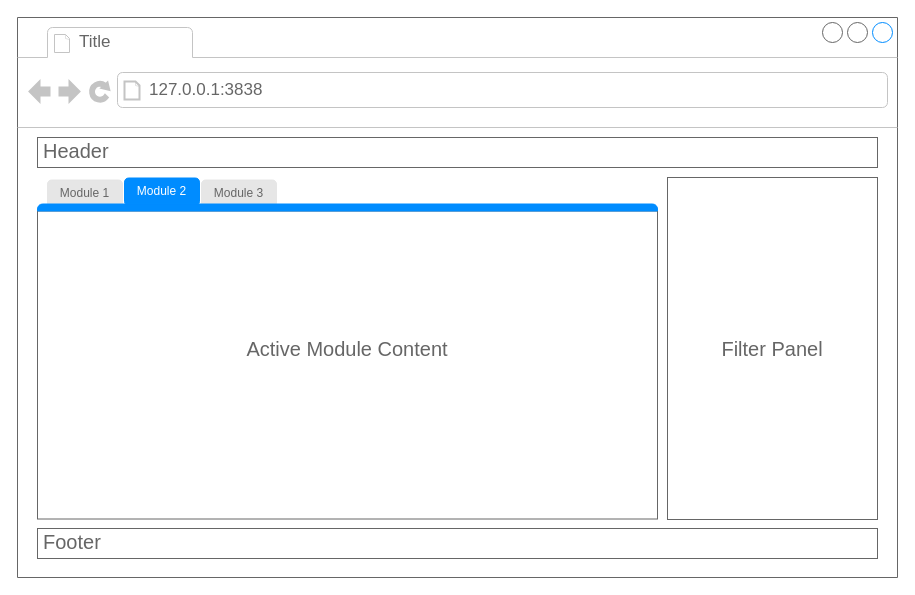
Earlier version of the draw.io diagram inst/design/teal-app-components.drawio (insightsengineering/teal). Source tidied: cells renumbered, new cells numbered last; positions are measured from the earlier drawing's top-left corner, leaving out a move shared by most shapes. Both pictures are drawn from the tidied source at 100%, with x=0, y=0 at pixel (17, 17).
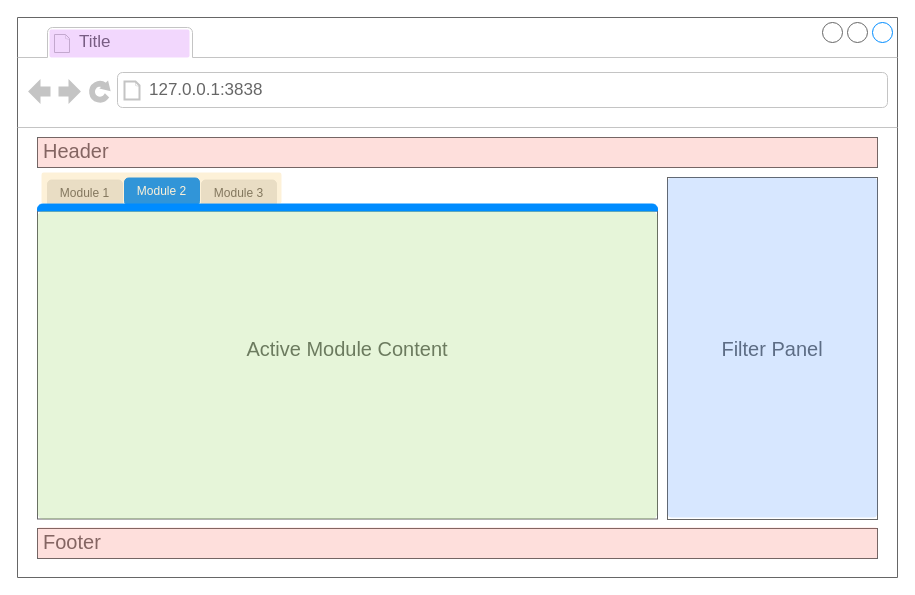
The same diagram, later.

Commit message (it also covers changes not shown here):
docs: add the element colors in the diagram and topic headers

Diff of the diagram source:
```diff
@@
 <mxGraphModel>
   <root>
     <mxCell id="0" />
     <mxCell id="1" parent="0" />
     <mxCell id="2" style="strokeWidth=1;shadow=0;dashed=0;align=center;html=1;shape=mxgraph.mockup.containers.browserWindow;rSize=0;strokeColor=#666666;strokeColor2=#008cff;strokeColor3=#c4c4c4;mainText=,;" parent="1" vertex="1">
       <mxGeometry width="880" height="560" as="geometry" />
     </mxCell>
     <mxCell id="3" value="Title" style="strokeWidth=1;shadow=0;dashed=0;align=center;html=1;shape=mxgraph.mockup.containers.anchor;fontSize=17;fontColor=#666666;align=left;whiteSpace=wrap;" parent="1" vertex="1">
       <mxGeometry x="60" y="12" width="110" height="26" as="geometry" />
     </mxCell>
     <mxCell id="4" value="127.0.0.1:3838" style="strokeWidth=1;shadow=0;dashed=0;align=center;html=1;shape=mxgraph.mockup.containers.anchor;rSize=0;fontSize=17;fontColor=#666666;align=left;" parent="1" vertex="1">
       <mxGeometry x="130" y="60" width="250" height="26" as="geometry" />
     </mxCell>
     <mxCell id="5" value="&lt;font style=&quot;font-size: 20px;&quot;&gt;Header&lt;/font&gt;" style="strokeWidth=1;shadow=0;dashed=0;align=center;html=1;shape=mxgraph.mockup.text.textBox;fontColor=#666666;align=left;fontSize=17;spacingLeft=4;spacingTop=-3;whiteSpace=wrap;strokeColor=#666666;mainText=;" parent="1" vertex="1">
       <mxGeometry x="20" y="120" width="840" height="30" as="geometry" />
     </mxCell>
     <mxCell id="6" value="&lt;font style=&quot;font-size: 20px;&quot;&gt;Footer&lt;/font&gt;" style="strokeWidth=1;shadow=0;dashed=0;align=center;html=1;shape=mxgraph.mockup.text.textBox;fontColor=#666666;align=left;fontSize=17;spacingLeft=4;spacingTop=-3;whiteSpace=wrap;strokeColor=#666666;mainText=;" parent="1" vertex="1">
       <mxGeometry x="20" y="511" width="840" height="30" as="geometry" />
     </mxCell>
     <mxCell id="7" value="&lt;span style=&quot;color: rgb(102, 102, 102);&quot;&gt;&lt;font style=&quot;font-size: 20px;&quot;&gt;Active Module Content&lt;/font&gt;&lt;/span&gt;" style="strokeWidth=1;shadow=0;dashed=0;align=center;html=1;shape=mxgraph.mockup.containers.marginRect2;rectMarginTop=32;strokeColor=#666666;gradientColor=none;whiteSpace=wrap;fontSize=17;" parent="1" vertex="1">
       <mxGeometry x="20" y="161.5" width="620" height="340" as="geometry" />
     </mxCell>
     <mxCell id="8" value="&lt;font color=&quot;#666666&quot;&gt;Module 1&lt;/font&gt;" style="rounded=1;whiteSpace=wrap;html=1;fontColor=#b04f4f;strokeColor=#E6E6E6;fillColor=#E6E6E6;" parent="1" vertex="1">
       <mxGeometry x="30" y="162.5" width="75" height="27.5" as="geometry" />
     </mxCell>
     <mxCell id="9" value="&lt;font color=&quot;#ffffff&quot;&gt;Module 2&lt;/font&gt;" style="rounded=1;whiteSpace=wrap;html=1;fontColor=#b04f4f;strokeColor=#008cff;fillColor=#008cff;" parent="1" vertex="1">
       <mxGeometry x="107" y="160.5" width="75" height="27.5" as="geometry" />
     </mxCell>
     <mxCell id="10" value="&lt;font color=&quot;#666666&quot;&gt;Module 3&lt;/font&gt;" style="rounded=1;whiteSpace=wrap;html=1;fontColor=#b04f4f;strokeColor=#E6E6E6;fillColor=#E6E6E6;" parent="1" vertex="1">
       <mxGeometry x="184" y="162.5" width="75" height="27.5" as="geometry" />
     </mxCell>
     <mxCell id="11" style="strokeWidth=1;shadow=0;dashed=0;align=center;html=1;shape=mxgraph.mockup.containers.topButton;rSize=5;strokeColor=#008cff;fillColor=#008cff;gradientColor=none;" parent="1" vertex="1">
       <mxGeometry x="20" y="186.5" width="620" height="7" as="geometry" />
     </mxCell>
     <mxCell id="12" value="Filter Panel" style="rounded=0;whiteSpace=wrap;html=1;strokeColor=#666666;fontSize=20;fontColor=#666666;fillColor=#FFFFFF;" parent="1" vertex="1">
       <mxGeometry x="650" y="160" width="210" height="342" as="geometry" />
     </mxCell>
+    <mxCell id="13" style="rounded=1;whiteSpace=wrap;html=1;fillColor=#BF37F3;gradientColor=none;opacity=20;strokeColor=none;arcSize=7;" parent="1" vertex="1">
+      <mxGeometry x="32" y="12" width="140" height="28" as="geometry" />
+    </mxCell>
+    <mxCell id="14" style="rounded=1;whiteSpace=wrap;html=1;fillColor=#FB6251;gradientColor=none;opacity=20;strokeColor=none;arcSize=7;" parent="1" vertex="1">
+      <mxGeometry x="20" y="510" width="840" height="31" as="geometry" />
+    </mxCell>
+    <mxCell id="15" style="rounded=1;whiteSpace=wrap;html=1;fillColor=#FB6251;gradientColor=none;opacity=20;strokeColor=none;arcSize=7;" parent="1" vertex="1">
+      <mxGeometry x="20" y="120" width="840" height="30" as="geometry" />
+    </mxCell>
+    <mxCell id="16" style="rounded=1;whiteSpace=wrap;html=1;fillColor=#f2b73f;opacity=20;strokeColor=none;arcSize=7;" parent="1" vertex="1">
+      <mxGeometry x="24" y="155" width="240" height="31" as="geometry" />
+    </mxCell>
+    <mxCell id="17" style="rounded=1;whiteSpace=wrap;html=1;fillColor=#83cc41;opacity=20;strokeColor=none;arcSize=2;" parent="1" vertex="1">
+      <mxGeometry x="20" y="193.5" width="620" height="308" as="geometry" />
+    </mxCell>
+    <mxCell id="18" style="rounded=1;whiteSpace=wrap;html=1;fillColor=#3A88FE;opacity=20;strokeColor=none;arcSize=2;" parent="1" vertex="1">
+      <mxGeometry x="650" y="160" width="210" height="340" as="geometry" />
+    </mxCell>
   </root>
 </mxGraphModel>
```
